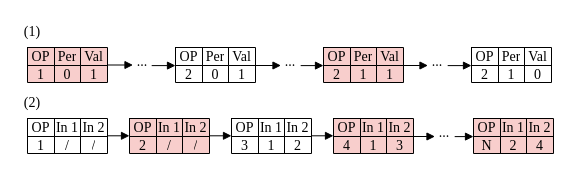
Earlier version of the draw.io diagram fig/GC.drawio (icszhr/NCheck). Source tidied: cells renumbered, new cells numbered last; positions are measured from the earlier drawing's top-left corner, leaving out a move shared by most shapes. Both pictures are drawn from the tidied source at 100%, with x=0, y=0 at pixel (17, 17).
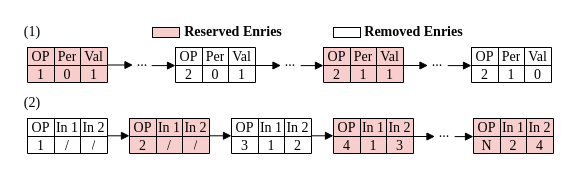
The same page after the edit.

Change to the diagram source:
```diff
@@
+    <mxCell id="100" style="rounded=0;whiteSpace=wrap;html=1;fillColor=#F8CECC;fontFamily=Times New Roman;" parent="1" vertex="1">
+      <mxGeometry x="135" y="10" width="27" height="10" as="geometry" />
+    </mxCell>
+    <mxCell id="101" style="rounded=0;whiteSpace=wrap;html=1;fontFamily=Times New Roman;" parent="1" vertex="1">
+      <mxGeometry x="316" y="10" width="27" height="10" as="geometry" />
+    </mxCell>
+    <mxCell id="102" value="Reserved Enries" style="text;html=1;align=center;verticalAlign=middle;whiteSpace=wrap;rounded=0;fontFamily=Times New Roman;fontStyle=1;fontSize=14;" parent="1" vertex="1">
+      <mxGeometry x="162" width="108" height="30" as="geometry" />
+    </mxCell>
+    <mxCell id="103" value="Removed Enries" style="text;html=1;align=center;verticalAlign=middle;whiteSpace=wrap;rounded=0;fontFamily=Times New Roman;fontStyle=1;fontSize=14;" parent="1" vertex="1">
+      <mxGeometry x="343" width="107" height="30" as="geometry" />
+    </mxCell>
```
